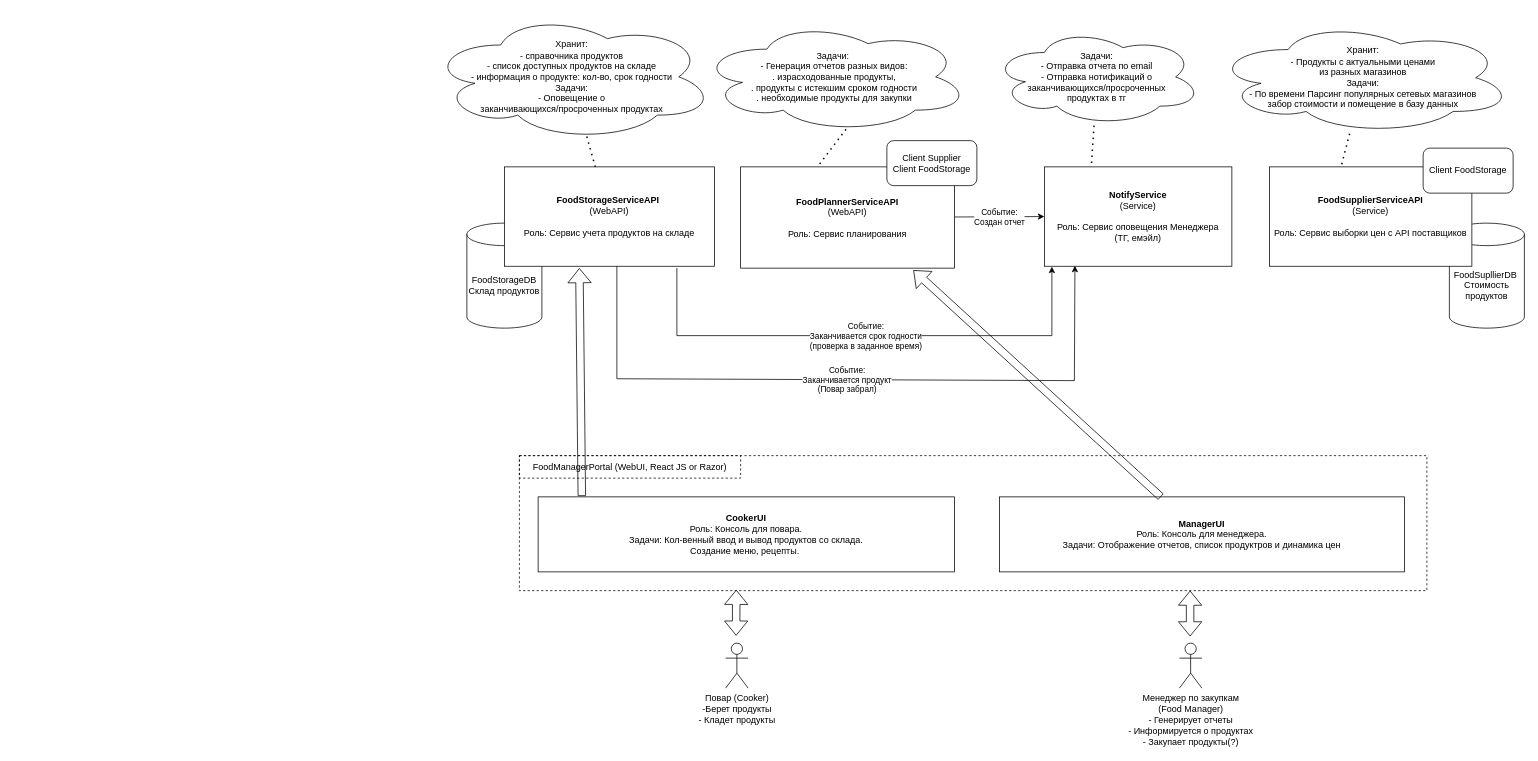
Before: docs/food-manager.drawio in otusroom5/food-manager, a draw.io diagram. Source tidied: cells renumbered, new cells numbered last; positions are measured from the earlier drawing's top-left corner, leaving out a move shared by most shapes. Both pictures are drawn from the tidied source at 75%, with x=0, y=0 at pixel (429, 13).
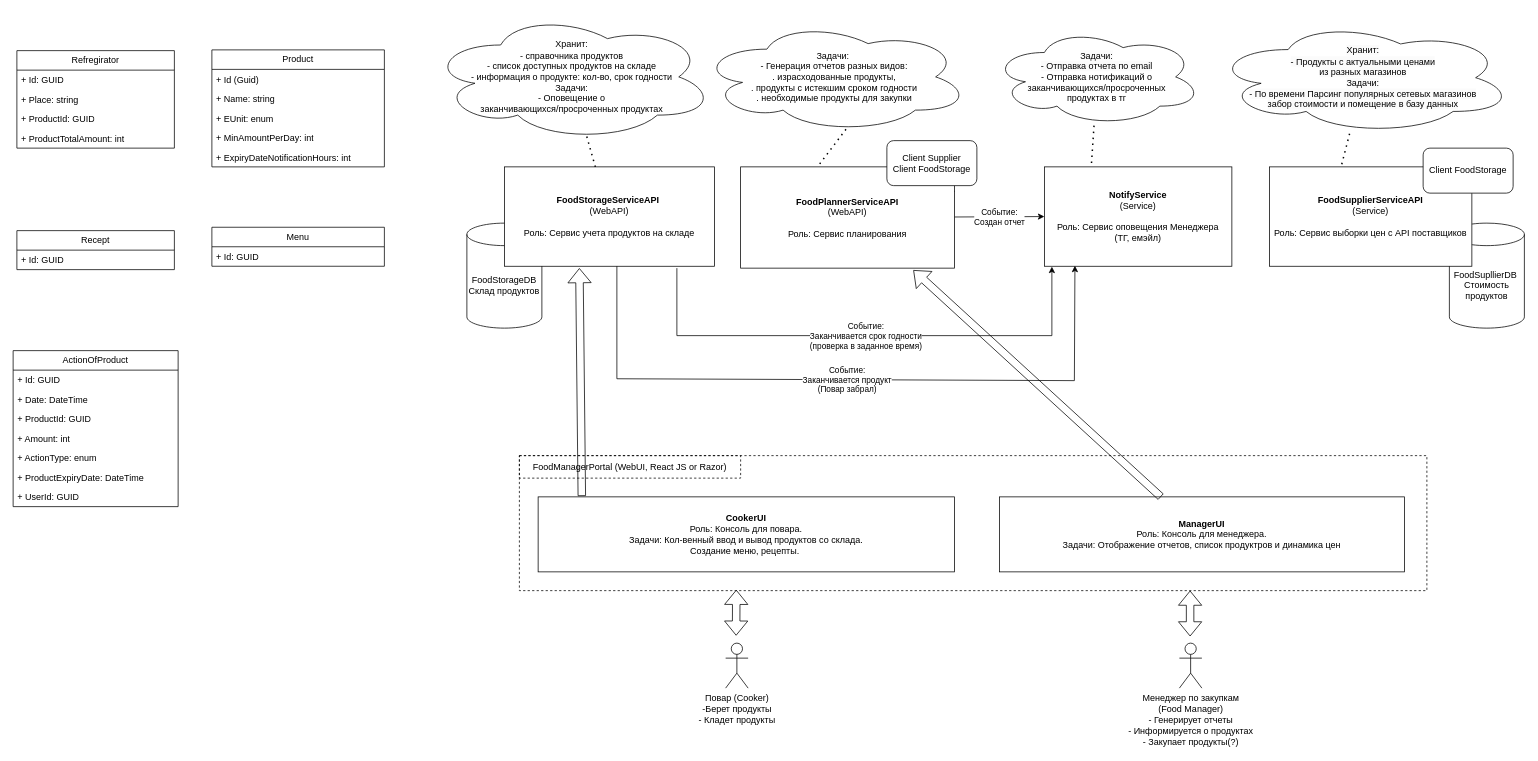
The same page after the edit.

Change to the diagram source:
```diff
@@
+    <mxCell id="36" value="Product" style="swimlane;fontStyle=0;horizontal=1;startSize=26;fillColor=none;whiteSpace=wrap;html=1;" parent="1" vertex="1">
+      <mxGeometry x="-290" y="49" width="230" height="156" as="geometry" />
+    </mxCell>
+    <mxCell id="37" value="+ Id (Guid)" style="text;strokeColor=none;fillColor=none;align=left;verticalAlign=top;spacingLeft=4;spacingRight=4;overflow=hidden;whiteSpace=wrap;html=1;" parent="36" vertex="1">
+      <mxGeometry y="26" width="230" height="26" as="geometry" />
+    </mxCell>
+    <mxCell id="38" value="+ Name: string" style="text;strokeColor=none;fillColor=none;align=left;verticalAlign=top;spacingLeft=4;spacingRight=4;overflow=hidden;whiteSpace=wrap;html=1;" parent="36" vertex="1">
+      <mxGeometry y="52" width="230" height="26" as="geometry" />
+    </mxCell>
+    <mxCell id="39" value="+ EUnit: enum" style="text;strokeColor=none;fillColor=none;align=left;verticalAlign=top;spacingLeft=4;spacingRight=4;overflow=hidden;whiteSpace=wrap;html=1;" parent="36" vertex="1">
+      <mxGeometry y="78" width="230" height="26" as="geometry" />
+    </mxCell>
+    <mxCell id="40" value="+ MinAmountPerDay: int" style="text;strokeColor=none;fillColor=none;align=left;verticalAlign=top;spacingLeft=4;spacingRight=4;overflow=hidden;whiteSpace=wrap;html=1;" parent="36" vertex="1">
+      <mxGeometry y="104" width="230" height="26" as="geometry" />
+    </mxCell>
+    <mxCell id="41" value="+ ExpiryDateNotificationHours: int" style="text;strokeColor=none;fillColor=none;align=left;verticalAlign=top;spacingLeft=4;spacingRight=4;overflow=hidden;whiteSpace=wrap;html=1;" parent="36" vertex="1">
+      <mxGeometry y="130" width="230" height="26" as="geometry" />
+    </mxCell>
+    <mxCell id="42" value="ActionOfProduct" style="swimlane;fontStyle=0;horizontal=1;startSize=26;fillColor=none;whiteSpace=wrap;html=1;" parent="1" vertex="1">
+      <mxGeometry x="-555" y="450" width="220" height="208" as="geometry" />
+    </mxCell>
+    <mxCell id="43" value="+ Id: GUID" style="text;strokeColor=none;fillColor=none;align=left;verticalAlign=top;spacingLeft=4;spacingRight=4;overflow=hidden;whiteSpace=wrap;html=1;" parent="42" vertex="1">
+      <mxGeometry y="26" width="220" height="26" as="geometry" />
+    </mxCell>
+    <mxCell id="44" value="+ Date: DateTime" style="text;strokeColor=none;fillColor=none;align=left;verticalAlign=top;spacingLeft=4;spacingRight=4;overflow=hidden;whiteSpace=wrap;html=1;" parent="42" vertex="1">
+      <mxGeometry y="52" width="220" height="26" as="geometry" />
+    </mxCell>
+    <mxCell id="45" value="+ ProductId: GUID" style="text;strokeColor=none;fillColor=none;align=left;verticalAlign=top;spacingLeft=4;spacingRight=4;overflow=hidden;whiteSpace=wrap;html=1;" parent="42" vertex="1">
+      <mxGeometry y="78" width="220" height="26" as="geometry" />
+    </mxCell>
+    <mxCell id="46" value="+ Amount: int" style="text;strokeColor=none;fillColor=none;align=left;verticalAlign=top;spacingLeft=4;spacingRight=4;overflow=hidden;whiteSpace=wrap;html=1;" parent="42" vertex="1">
+      <mxGeometry y="104" width="220" height="26" as="geometry" />
+    </mxCell>
+    <mxCell id="47" value="+ ActionType: enum" style="text;strokeColor=none;fillColor=none;align=left;verticalAlign=top;spacingLeft=4;spacingRight=4;overflow=hidden;whiteSpace=wrap;html=1;" parent="42" vertex="1">
+      <mxGeometry y="130" width="220" height="26" as="geometry" />
+    </mxCell>
+    <mxCell id="48" value="+ ProductExpiryDate: DateTime" style="text;strokeColor=none;fillColor=none;align=left;verticalAlign=top;spacingLeft=4;spacingRight=4;overflow=hidden;whiteSpace=wrap;html=1;" parent="42" vertex="1">
+      <mxGeometry y="156" width="220" height="26" as="geometry" />
+    </mxCell>
+    <mxCell id="49" value="+ UserId: GUID" style="text;strokeColor=none;fillColor=none;align=left;verticalAlign=top;spacingLeft=4;spacingRight=4;overflow=hidden;whiteSpace=wrap;html=1;" parent="42" vertex="1">
+      <mxGeometry y="182" width="220" height="26" as="geometry" />
+    </mxCell>
+    <mxCell id="50" value="Refregirator" style="swimlane;fontStyle=0;horizontal=1;startSize=26;fillColor=none;whiteSpace=wrap;html=1;" parent="1" vertex="1">
+      <mxGeometry x="-550" y="50" width="210" height="130" as="geometry" />
+    </mxCell>
+    <mxCell id="51" value="+ Id: GUID" style="text;strokeColor=none;fillColor=none;align=left;verticalAlign=top;spacingLeft=4;spacingRight=4;overflow=hidden;whiteSpace=wrap;html=1;" parent="50" vertex="1">
+      <mxGeometry y="26" width="210" height="26" as="geometry" />
+    </mxCell>
+    <mxCell id="52" value="+ Place: string" style="text;strokeColor=none;fillColor=none;align=left;verticalAlign=top;spacingLeft=4;spacingRight=4;overflow=hidden;whiteSpace=wrap;html=1;" parent="50" vertex="1">
+      <mxGeometry y="52" width="210" height="26" as="geometry" />
+    </mxCell>
+    <mxCell id="53" value="+ ProductId: GUID" style="text;strokeColor=none;fillColor=none;align=left;verticalAlign=top;spacingLeft=4;spacingRight=4;overflow=hidden;whiteSpace=wrap;html=1;" parent="50" vertex="1">
+      <mxGeometry y="78" width="210" height="26" as="geometry" />
+    </mxCell>
+    <mxCell id="54" value="+ ProductTotalAmount: int" style="text;strokeColor=none;fillColor=none;align=left;verticalAlign=top;spacingLeft=4;spacingRight=4;overflow=hidden;whiteSpace=wrap;html=1;" parent="50" vertex="1">
+      <mxGeometry y="104" width="210" height="26" as="geometry" />
+    </mxCell>
+    <mxCell id="55" value="Menu" style="swimlane;fontStyle=0;horizontal=1;startSize=26;fillColor=none;whiteSpace=wrap;html=1;" parent="1" vertex="1">
+      <mxGeometry x="-290" y="285.5" width="230" height="52" as="geometry" />
+    </mxCell>
+    <mxCell id="56" value="+ Id: GUID" style="text;strokeColor=none;fillColor=none;align=left;verticalAlign=top;spacingLeft=4;spacingRight=4;overflow=hidden;whiteSpace=wrap;html=1;" parent="55" vertex="1">
+      <mxGeometry y="26" width="230" height="26" as="geometry" />
+    </mxCell>
+    <mxCell id="57" value="Recept" style="swimlane;fontStyle=0;horizontal=1;startSize=26;fillColor=none;whiteSpace=wrap;html=1;" parent="1" vertex="1">
+      <mxGeometry x="-550" y="290" width="210" height="52" as="geometry" />
+    </mxCell>
+    <mxCell id="58" value="+ Id: GUID" style="text;strokeColor=none;fillColor=none;align=left;verticalAlign=top;spacingLeft=4;spacingRight=4;overflow=hidden;whiteSpace=wrap;html=1;" parent="57" vertex="1">
+      <mxGeometry y="26" width="210" height="26" as="geometry" />
+    </mxCell>
```
